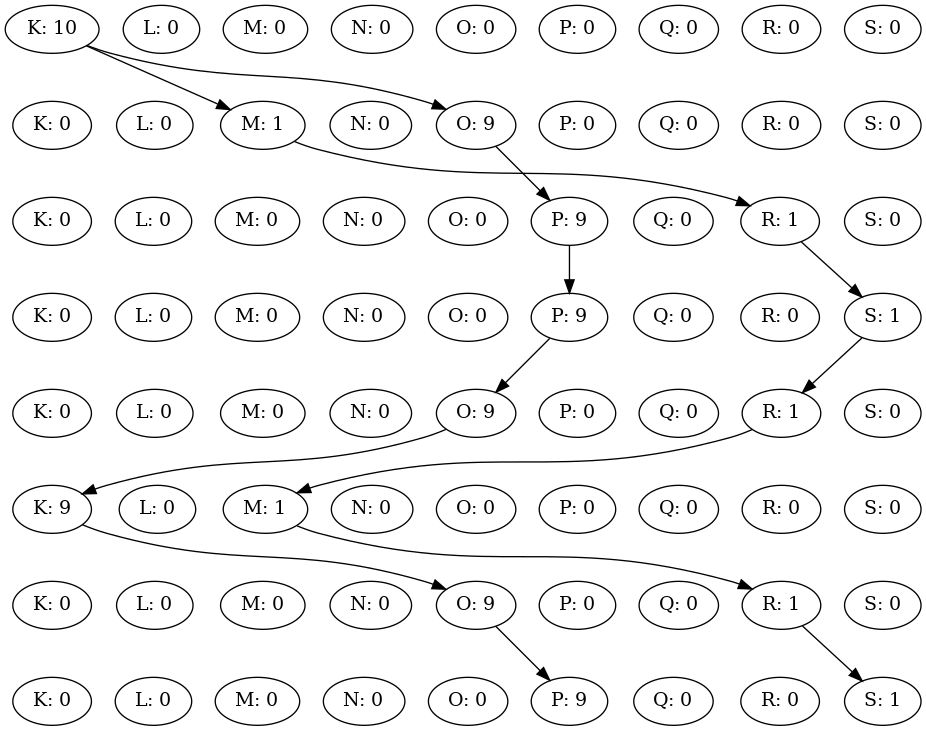
This is originalplans.png from TieneSabor/slugs_swarmPlanner, a Graphviz export, as it was before one commit. Its source is kept beside it as originalPlans.dot.
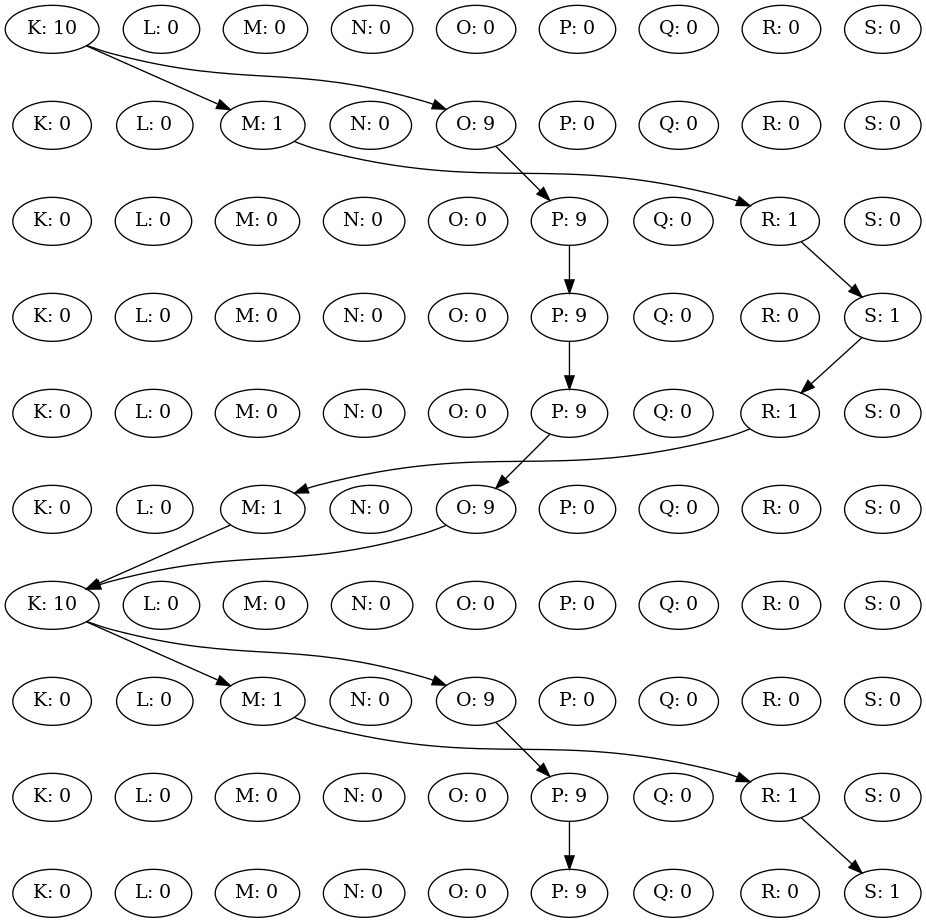
Later version of the same file.

Diff of the diagram source:
```diff
@@ -45,46 +45,68 @@
 L4 [label="L: 0"];
 M4 [label="M: 0"];
 N4 [label="N: 0"];
-O4 [label="O: 9"];
-P4 [label="P: 0"];
+O4 [label="O: 0"];
+P4 [label="P: 9"];
 Q4 [label="Q: 0"];
 R4 [label="R: 1"];
 S4 [label="S: 0"];
-rank = same {K4 -> L4 -> M4 -> N4 -> O4 -> P4 -> Q4 -> R4 -> S4 [style=invis] }P3 -> O4
+rank = same {K4 -> L4 -> M4 -> N4 -> O4 -> P4 -> Q4 -> R4 -> S4 [style=invis] }P3 -> P4
 S3 -> R4
-K5 [label="K: 9"];
+K5 [label="K: 0"];
 L5 [label="L: 0"];
 M5 [label="M: 1"];
 N5 [label="N: 0"];
-O5 [label="O: 0"];
+O5 [label="O: 9"];
 P5 [label="P: 0"];
 Q5 [label="Q: 0"];
 R5 [label="R: 0"];
 S5 [label="S: 0"];
-rank = same {K5 -> L5 -> M5 -> N5 -> O5 -> P5 -> Q5 -> R5 -> S5 [style=invis] }O4 -> K5
+rank = same {K5 -> L5 -> M5 -> N5 -> O5 -> P5 -> Q5 -> R5 -> S5 [style=invis] }P4 -> O5
 R4 -> M5
-K6 [label="K: 0"];
+K6 [label="K: 10"];
 L6 [label="L: 0"];
 M6 [label="M: 0"];
 N6 [label="N: 0"];
-O6 [label="O: 9"];
+O6 [label="O: 0"];
 P6 [label="P: 0"];
 Q6 [label="Q: 0"];
-R6 [label="R: 1"];
+R6 [label="R: 0"];
 S6 [label="S: 0"];
-rank = same {K6 -> L6 -> M6 -> N6 -> O6 -> P6 -> Q6 -> R6 -> S6 [style=invis] }K5 -> O6
-M5 -> R6
+rank = same {K6 -> L6 -> M6 -> N6 -> O6 -> P6 -> Q6 -> R6 -> S6 [style=invis] }M5 -> K6
+O5 -> K6
 K7 [label="K: 0"];
 L7 [label="L: 0"];
-M7 [label="M: 0"];
+M7 [label="M: 1"];
 N7 [label="N: 0"];
-O7 [label="O: 0"];
-P7 [label="P: 9"];
+O7 [label="O: 9"];
+P7 [label="P: 0"];
 Q7 [label="Q: 0"];
 R7 [label="R: 0"];
-S7 [label="S: 1"];
-rank = same {K7 -> L7 -> M7 -> N7 -> O7 -> P7 -> Q7 -> R7 -> S7 [style=invis] }O6 -> P7
-R6 -> S7
-K0 -> K1 -> K2 -> K3 -> K4 -> K5 -> K6 -> K7 [ style=invis; weight=1000 ]
-S0 -> S1 -> S2 -> S3 -> S4 -> S5 -> S6 -> S7 [ style=invis; weight=1000 ]
+S7 [label="S: 0"];
+rank = same {K7 -> L7 -> M7 -> N7 -> O7 -> P7 -> Q7 -> R7 -> S7 [style=invis] }K6 -> M7
+K6 -> O7
+K8 [label="K: 0"];
+L8 [label="L: 0"];
+M8 [label="M: 0"];
+N8 [label="N: 0"];
+O8 [label="O: 0"];
+P8 [label="P: 9"];
+Q8 [label="Q: 0"];
+R8 [label="R: 1"];
+S8 [label="S: 0"];
+rank = same {K8 -> L8 -> M8 -> N8 -> O8 -> P8 -> Q8 -> R8 -> S8 [style=invis] }M7 -> R8
+O7 -> P8
+K9 [label="K: 0"];
+L9 [label="L: 0"];
+M9 [label="M: 0"];
+N9 [label="N: 0"];
+O9 [label="O: 0"];
+P9 [label="P: 9"];
+Q9 [label="Q: 0"];
+R9 [label="R: 0"];
+S9 [label="S: 1"];
+rank = same {K9 -> L9 -> M9 -> N9 -> O9 -> P9 -> Q9 -> R9 -> S9 [style=invis] }P8 -> P9
+R8 -> S9
+K0 -> K1 -> K2 -> K3 -> K4 -> K5 -> K6 -> K7 -> K8 -> K9 [ style=invis; weight=1000 ]
+S0 -> S1 -> S2 -> S3 -> S4 -> S5 -> S6 -> S7 -> S8 -> S9 [ style=invis; weight=1000 ]
 }
```
